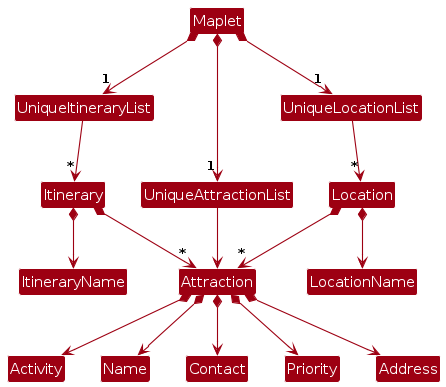
Before: diagrams/BetterModelClassDiagram.png, a diagram exported from PlantUML (AY2526S1-CS2103T-W12-1/tp). Its source is kept beside it as diagrams/BetterModelClassDiagram.puml. Its diagram source:
```plantuml
@startuml
!include style.puml
skinparam arrowThickness 1.1
skinparam arrowColor MODEL_COLOR
skinparam classBackgroundColor MODEL_COLOR

Maplet *-down-> "1" UniqueAttractionList


UniqueAttractionList -right-> Attraction

Attraction *--> Activity
Attraction *--> Name
Attraction *--> Contact
Attraction *--> Priority
Attraction *--> Address

Maplet *-down-> "1" UniqueItineraryList
UniqueItineraryList -down-> "*" Itinerary
Itinerary *--> ItineraryName
Itinerary *--> "*" Attraction

Maplet *-down-> "1" UniqueLocationList
UniqueLocationList -down-> "*" Location
Location *--> LocationName
Location *--> "*" Attraction

@enduml
```
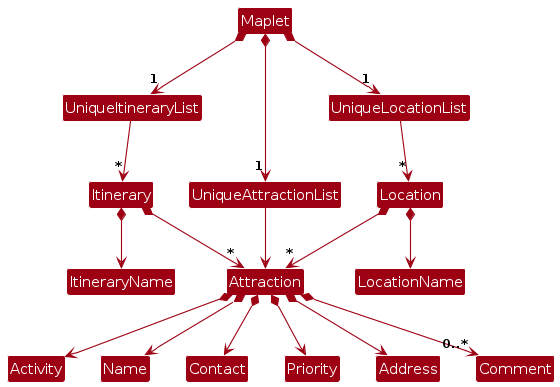
The same file after the commit.

The edit, as a diff of the source:
```diff
@@ -14,6 +14,7 @@
 Attraction *--> Contact
 Attraction *--> Priority
 Attraction *--> Address
+Attraction *-down-> "0..*" Comment
 
 Maplet *-down-> "1" UniqueItineraryList
 UniqueItineraryList -down-> "*" Itinerary
```
